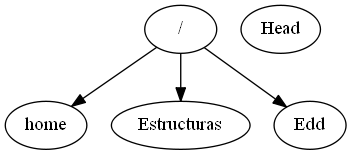
EdsonArmando/EDD_2S2019_PY2_201701029 keeps this Graphviz diagram as grafo.png. Above is the earlier version. Its source is kept beside it as Grafo.dot.
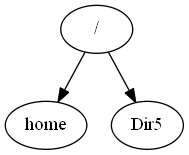
After the commit.

Change to the diagram source:
```diff
@@ -1,7 +1,5 @@
 digraph  {
-"/" -> { "home"  "Estructuras"  "Edd" };
-"Estructuras" -> {};
-"Edd" -> {};
-"Head" -> {};
+"/" -> { "home"  "Dir5" };
+"Dir5" -> {};
 
 }
```
